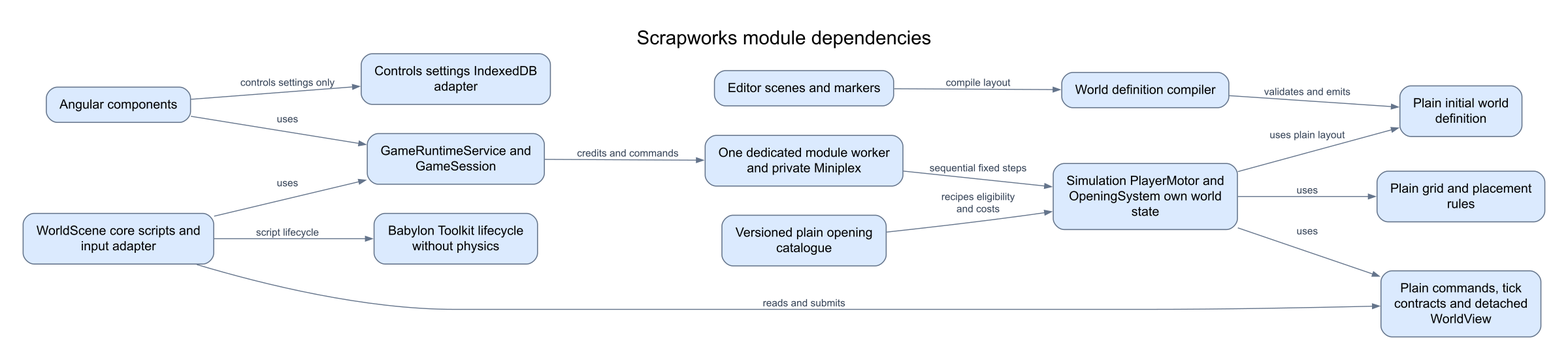
Above: docs/diagrams/module-dependencies.png in Googlproxer/Scrapworks (Mermaid), before the change. Its source is kept beside it as docs/diagrams/src/module-dependencies.mmd.
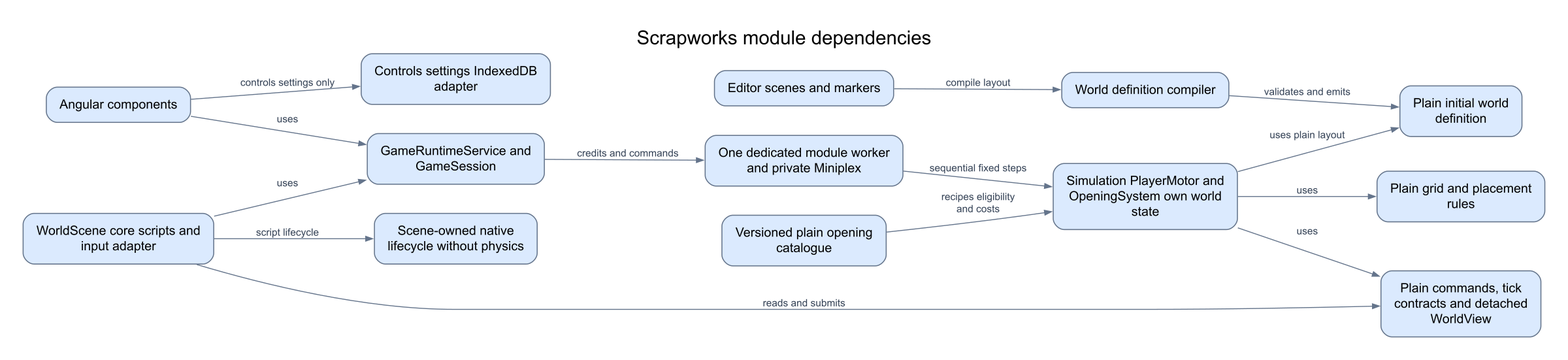
The same diagram one commit later.

The edit, as a diff of the source:
```diff
@@ -1,7 +1,7 @@
 flowchart LR
     Angular[Angular components]
     Babylon[WorldScene core scripts and input adapter]
-    Toolkit[Babylon Toolkit lifecycle without physics]
+    Lifecycle[Scene-owned native lifecycle without physics]
     Editor[Editor scenes and markers]
     Compiler[World definition compiler]
     Definition[Plain initial world definition]
@@ -17,7 +17,7 @@
     Simulation -->|uses plain layout| Definition
     Angular -->|uses| Application
     Babylon -->|uses| Application
-    Babylon -->|script lifecycle| Toolkit
+    Babylon -->|script lifecycle| Lifecycle
     Worker[One dedicated module worker and private Miniplex]
     Application -->|credits and commands| Worker
     Worker -->|sequential fixed steps| Simulation
```
